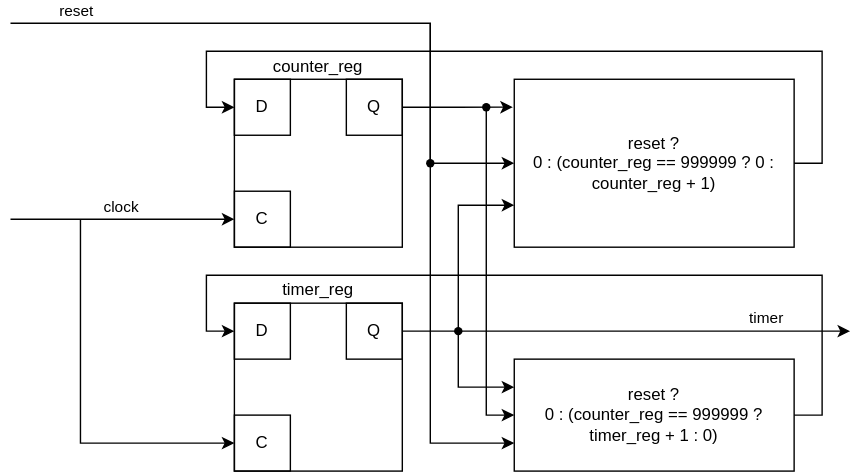
thu-cs-lab/Digital-Design-Docs keeps this draw.io diagram as docs/hdl-by-example/imgs/timer.drawio.svg. Above is the earlier version. Source tidied: cells renumbered, new cells last; positions are measured from the earlier drawing's top-left corner, leaving out a move shared by most shapes. The source it was exported from:
```xml
<mxGraphModel>
  <root>
    <mxCell id="0" />
    <mxCell id="1" parent="0" />
    <mxCell id="2" value="counter_reg" style="rounded=0;whiteSpace=wrap;html=1;fillColor=none;labelPosition=center;verticalLabelPosition=top;align=center;verticalAlign=bottom;" parent="1" vertex="1">
      <mxGeometry x="160" y="40" width="120" height="120" as="geometry" />
    </mxCell>
    <mxCell id="3" value="D" style="rounded=0;whiteSpace=wrap;html=1;fillColor=none;" parent="1" vertex="1">
      <mxGeometry x="160" y="40" width="40" height="40" as="geometry" />
    </mxCell>
    <mxCell id="4" value="C" style="rounded=0;whiteSpace=wrap;html=1;fillColor=none;" parent="1" vertex="1">
      <mxGeometry x="160" y="120" width="40" height="40" as="geometry" />
    </mxCell>
    <mxCell id="5" style="edgeStyle=orthogonalEdgeStyle;rounded=0;jettySize=auto;html=1;exitX=1;exitY=0.5;exitDx=0;exitDy=0;entryX=-0.005;entryY=0.166;entryDx=0;entryDy=0;entryPerimeter=0;" parent="1" edge="1" source="6" target="17">
      <mxGeometry relative="1" as="geometry" />
    </mxCell>
    <mxCell id="6" value="Q" style="rounded=0;whiteSpace=wrap;html=1;fillColor=none;" parent="1" vertex="1">
      <mxGeometry x="240" y="40" width="40" height="40" as="geometry" />
    </mxCell>
    <mxCell id="7" style="endArrow=classic;html=1;rounded=0;entryX=0;entryY=0.5;entryDx=0;entryDy=0;" parent="1" edge="1" target="4">
      <mxGeometry relative="1" as="geometry">
        <mxPoint y="140" as="sourcePoint" />
      </mxGeometry>
    </mxCell>
    <mxCell id="8" value="clock" style="edgeLabel;html=1;align=center;verticalAlign=middle;" parent="7" vertex="1">
      <mxGeometry x="-0.03" y="-1" relative="1" as="geometry">
        <mxPoint y="-11" as="offset" />
      </mxGeometry>
    </mxCell>
    <mxCell id="9" value="timer_reg" style="rounded=0;whiteSpace=wrap;html=1;fillColor=none;labelPosition=center;verticalLabelPosition=top;align=center;verticalAlign=bottom;" parent="1" vertex="1">
      <mxGeometry x="160" y="200" width="120" height="120" as="geometry" />
    </mxCell>
    <mxCell id="10" value="D" style="rounded=0;whiteSpace=wrap;html=1;fillColor=none;" parent="1" vertex="1">
      <mxGeometry x="160" y="200" width="40" height="40" as="geometry" />
    </mxCell>
    <mxCell id="11" value="C" style="rounded=0;whiteSpace=wrap;html=1;fillColor=none;" parent="1" vertex="1">
      <mxGeometry x="160" y="280" width="40" height="40" as="geometry" />
    </mxCell>
    <mxCell id="12" value="Q" style="rounded=0;whiteSpace=wrap;html=1;fillColor=none;" parent="1" vertex="1">
      <mxGeometry x="240" y="200" width="40" height="40" as="geometry" />
    </mxCell>
    <mxCell id="13" style="endArrow=classic;html=1;rounded=0;entryX=0;entryY=0.5;entryDx=0;entryDy=0;" parent="1" edge="1" target="11">
      <mxGeometry relative="1" as="geometry">
        <mxPoint x="50" y="140" as="sourcePoint" />
        <Array as="points">
          <mxPoint x="50" y="300" />
        </Array>
      </mxGeometry>
    </mxCell>
    <mxCell id="14" style="endArrow=classic;html=1;rounded=0;exitDx=0;exitDy=0;startArrow=none;" parent="1" edge="1" source="25">
      <mxGeometry relative="1" as="geometry">
        <mxPoint x="600" y="220" as="targetPoint" />
      </mxGeometry>
    </mxCell>
    <mxCell id="15" value="timer" style="edgeLabel;html=1;align=center;verticalAlign=middle;" parent="14" vertex="1">
      <mxGeometry x="0.43" relative="1" as="geometry">
        <mxPoint x="19" y="-10" as="offset" />
      </mxGeometry>
    </mxCell>
    <mxCell id="16" style="edgeStyle=orthogonalEdgeStyle;rounded=0;jettySize=auto;html=1;exitX=1;exitY=0.5;exitDx=0;exitDy=0;entryX=0;entryY=0.5;entryDx=0;entryDy=0;" parent="1" edge="1" source="17" target="3">
      <mxGeometry relative="1" as="geometry">
        <Array as="points">
          <mxPoint x="580" y="100" />
          <mxPoint x="580" y="20" />
          <mxPoint x="140" y="20" />
          <mxPoint x="140" y="60" />
        </Array>
      </mxGeometry>
    </mxCell>
    <mxCell id="17" value="reset ?&lt;br&gt;0 : (counter_reg == 999999 ? 0 : counter_reg + 1)" style="rounded=0;whiteSpace=wrap;html=1;fillColor=none;" parent="1" vertex="1">
      <mxGeometry x="360" y="40" width="200" height="120" as="geometry" />
    </mxCell>
    <mxCell id="18" style="endArrow=classic;html=1;rounded=0;entryX=0;entryY=0.75;entryDx=0;entryDy=0;" parent="1" edge="1" target="17">
      <mxGeometry relative="1" as="geometry">
        <mxPoint x="320" y="220" as="sourcePoint" />
        <Array as="points">
          <mxPoint x="320" y="130" />
        </Array>
      </mxGeometry>
    </mxCell>
    <mxCell id="19" style="endArrow=classic;html=1;rounded=0;entryX=0;entryY=0.5;entryDx=0;entryDy=0;startArrow=none;" parent="1" edge="1" source="28" target="17">
      <mxGeometry relative="1" as="geometry">
        <Array as="points">
          <mxPoint x="300" />
          <mxPoint x="300" y="100" />
        </Array>
      </mxGeometry>
    </mxCell>
    <mxCell id="20" value="reset ?&lt;br&gt;0 : (counter_reg == 999999 ? timer_reg + 1 : 0)" style="rounded=0;whiteSpace=wrap;html=1;fillColor=none;" parent="1" vertex="1">
      <mxGeometry x="360" y="240" width="200" height="80" as="geometry" />
    </mxCell>
    <mxCell id="21" style="endArrow=classic;html=1;rounded=0;entryX=0;entryY=0.25;entryDx=0;entryDy=0;" parent="1" edge="1" target="20">
      <mxGeometry relative="1" as="geometry">
        <mxPoint x="320" y="220" as="sourcePoint" />
        <Array as="points">
          <mxPoint x="320" y="260" />
        </Array>
      </mxGeometry>
    </mxCell>
    <mxCell id="22" style="endArrow=classic;html=1;rounded=0;entryX=0;entryY=0.5;entryDx=0;entryDy=0;" parent="1" edge="1" target="20">
      <mxGeometry relative="1" as="geometry">
        <mxPoint x="340" y="60" as="sourcePoint" />
        <Array as="points">
          <mxPoint x="340" y="280" />
        </Array>
      </mxGeometry>
    </mxCell>
    <mxCell id="23" style="endArrow=classic;html=1;rounded=0;entryX=0;entryY=0.75;entryDx=0;entryDy=0;" parent="1" edge="1" target="20">
      <mxGeometry relative="1" as="geometry">
        <mxPoint x="300" y="100" as="sourcePoint" />
        <Array as="points">
          <mxPoint x="300" y="300" />
        </Array>
      </mxGeometry>
    </mxCell>
    <mxCell id="24" style="endArrow=classic;html=1;rounded=0;exitX=1;exitY=0.5;exitDx=0;exitDy=0;entryX=0;entryY=0.5;entryDx=0;entryDy=0;" parent="1" edge="1" source="20" target="10">
      <mxGeometry relative="1" as="geometry">
        <Array as="points">
          <mxPoint x="580" y="280" />
          <mxPoint x="580" y="180" />
          <mxPoint x="140" y="180" />
          <mxPoint x="140" y="220" />
        </Array>
      </mxGeometry>
    </mxCell>
    <mxCell id="25" style="shape=waypoint;sketch=0;fillStyle=solid;size=6;points=[];fillColor=none;perimeter=centerPerimeter;snapToPoint=1;" parent="1" vertex="1">
      <mxGeometry x="300" y="200" width="40" height="40" as="geometry" />
    </mxCell>
    <mxCell id="26" style="endArrow=none;html=1;rounded=0;exitX=1;exitY=0.5;exitDx=0;exitDy=0;" parent="1" edge="1" source="12" target="25">
      <mxGeometry relative="1" as="geometry" />
    </mxCell>
    <mxCell id="27" style="shape=waypoint;sketch=0;fillStyle=solid;size=6;fillColor=none;perimeter=centerPerimeter;" parent="1" vertex="1">
      <mxGeometry x="320" y="40" width="40" height="40" as="geometry" />
    </mxCell>
    <mxCell id="28" style="shape=waypoint;sketch=0;fillStyle=solid;size=6;points=[];fillColor=none;perimeter=centerPerimeter;snapToPoint=1;" parent="1" vertex="1">
      <mxGeometry x="280" y="80" width="40" height="40" as="geometry" />
    </mxCell>
    <mxCell id="29" style="endArrow=none;html=1;rounded=0;entryDx=0;entryDy=0;" parent="1" edge="1" target="28">
      <mxGeometry relative="1" as="geometry">
        <mxPoint as="sourcePoint" />
        <Array as="points">
          <mxPoint x="300" />
        </Array>
      </mxGeometry>
    </mxCell>
    <mxCell id="30" value="reset" style="edgeLabel;html=1;align=center;verticalAlign=middle;" parent="29" vertex="1">
      <mxGeometry x="-0.12" y="3" relative="1" as="geometry">
        <mxPoint x="-131" y="-7" as="offset" />
      </mxGeometry>
    </mxCell>
  </root>
</mxGraphModel>
```
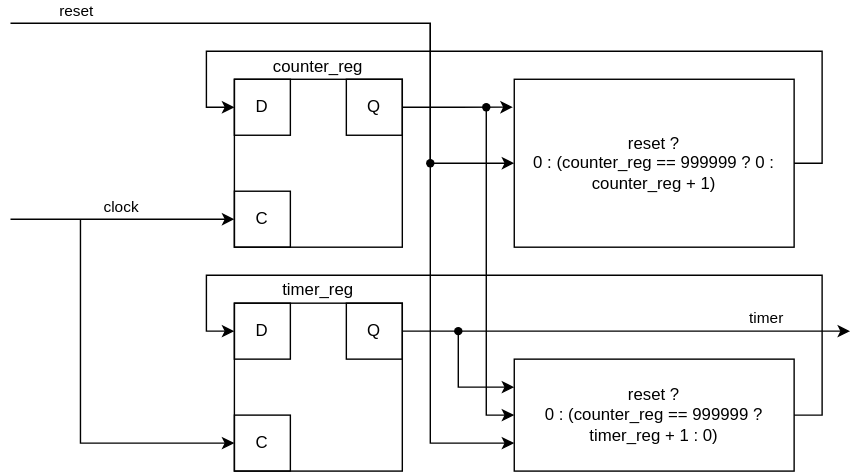
The same diagram one commit later.

Change to the diagram source:
```diff
@@ -70,14 +70,6 @@
     <mxCell id="17" value="reset ?&lt;br&gt;0 : (counter_reg == 999999 ? 0 : counter_reg + 1)" style="rounded=0;whiteSpace=wrap;html=1;fillColor=none;" parent="1" vertex="1">
       <mxGeometry x="360" y="40" width="200" height="120" as="geometry" />
     </mxCell>
-    <mxCell id="18" style="endArrow=classic;html=1;rounded=0;entryX=0;entryY=0.75;entryDx=0;entryDy=0;" parent="1" edge="1" target="17">
-      <mxGeometry relative="1" as="geometry">
-        <mxPoint x="320" y="220" as="sourcePoint" />
-        <Array as="points">
-          <mxPoint x="320" y="130" />
-        </Array>
-      </mxGeometry>
-    </mxCell>
     <mxCell id="19" style="endArrow=classic;html=1;rounded=0;entryX=0;entryY=0.5;entryDx=0;entryDy=0;startArrow=none;" parent="1" edge="1" source="28" target="17">
       <mxGeometry relative="1" as="geometry">
         <Array as="points">
```
